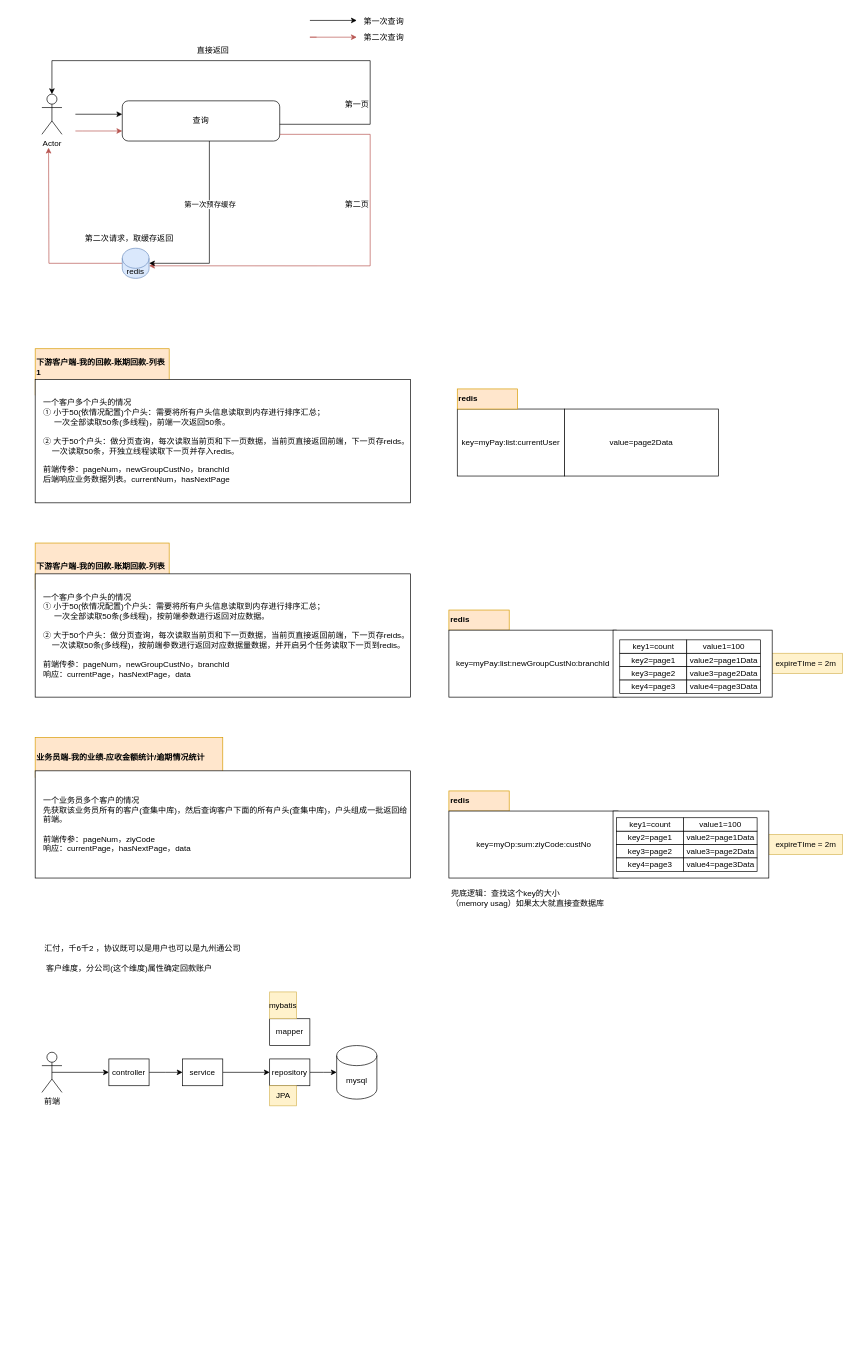
koralcc/resource keeps this draw.io diagram as 移动erp-账期还款.drawio. Above is the earlier version. Source tidied: cells renumbered, new cells numbered last; positions are measured from the earlier drawing's top-left corner, leaving out a move shared by most shapes. Both pictures are drawn from the tidied source at 67%, with x=0, y=0 at pixel (35, 11).
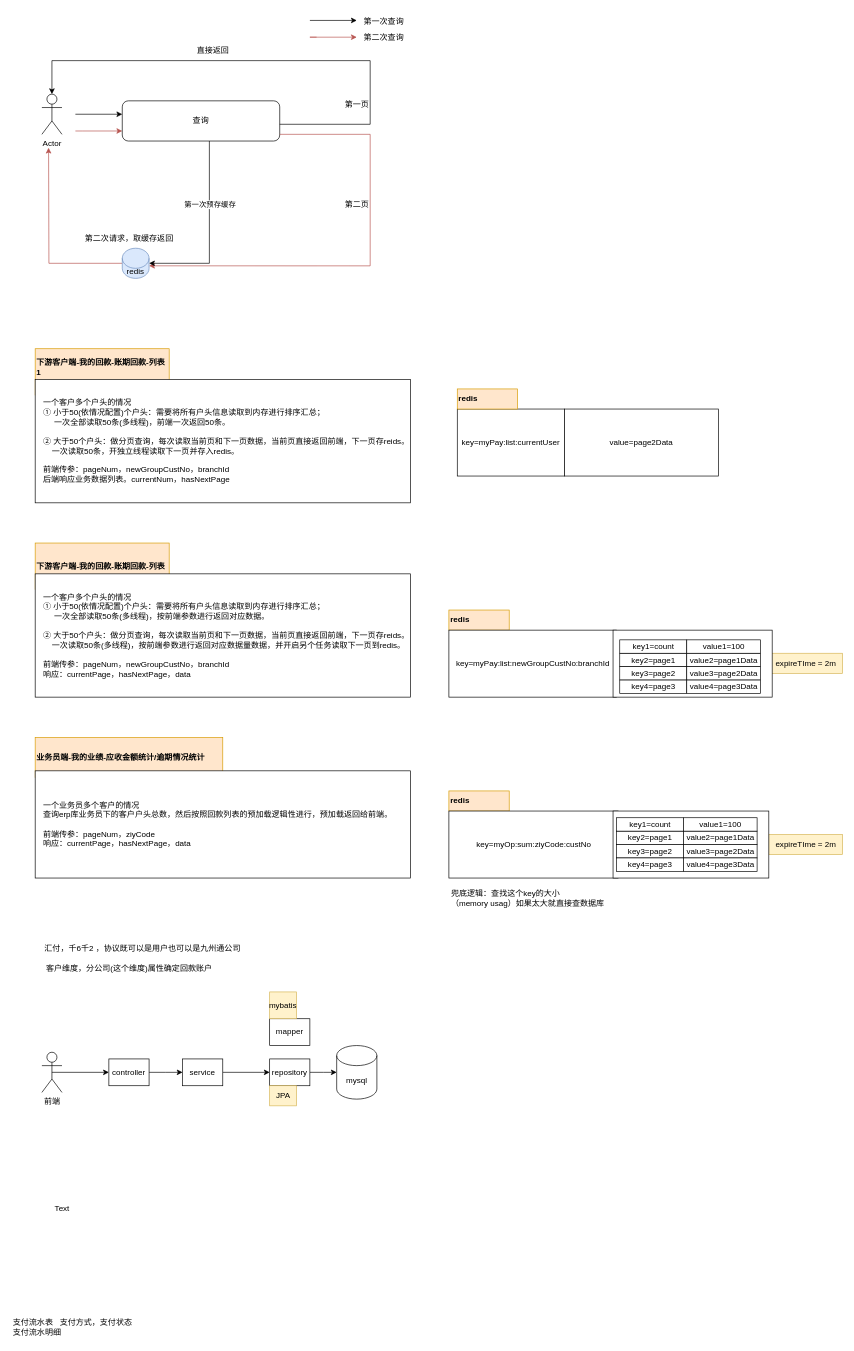
After the change.

Commit message:
更新移动erp-账期还款.drawio

Unchanged cells that the change refers to:
```xml
<mxCell id="31" style="group;" parent="29" vertex="1">
  <mxGeometry y="10" width="560" height="200" as="geometry" />
</mxCell>
```

Diff of the diagram source:
```diff
@@
-    <mxCell id="33" value="&lt;br&gt;一个业务员多个客户的情况&lt;br&gt;先获取该业务员所有的客户(查集中库)，然后查询客户下面的所有户头(查集中库)，户头组成一批返回给前端。&lt;br&gt;&lt;br&gt;前端传参：pageNum，ziyCode&lt;br&gt;响应：currentPage，hasNextPage，data&lt;br&gt;&amp;nbsp;" style="text;html=1;strokeColor=none;fillColor=none;align=left;verticalAlign=middle;whiteSpace=wrap;rounded=0;" parent="31" vertex="1">
+    <mxCell id="33" value="&lt;br&gt;一个业务员多个客户的情况&lt;br&gt;查询erp库业务员下的客户户头总数，然后按照回款列表的预加载逻辑性进行，预加载返回给前端。&lt;br&gt;&lt;br&gt;前端传参：pageNum，ziyCode&lt;br&gt;响应：currentPage，hasNextPage，data&lt;br&gt;&amp;nbsp;" style="text;html=1;strokeColor=none;fillColor=none;align=left;verticalAlign=middle;whiteSpace=wrap;rounded=0;" parent="31" vertex="1">
       <mxGeometry x="10" y="50" width="550" height="140" as="geometry" />
     </mxCell>
@@
+    <mxCell id="77" value="Text" style="text;html=1;align=center;verticalAlign=middle;strokeColor=none;fillColor=none;" parent="1" vertex="1">
+      <mxGeometry x="15" y="1771" width="50" height="30" as="geometry" />
+    </mxCell>
+    <mxCell id="78" value="支付流水表&amp;nbsp; &amp;nbsp;支付方式，支付状态&lt;br&gt;支付流水明细" style="text;html=1;align=left;verticalAlign=middle;strokeColor=none;fillColor=none;" parent="1" vertex="1">
+      <mxGeometry x="-35" y="1943" width="200" height="40" as="geometry" />
+    </mxCell>
```
